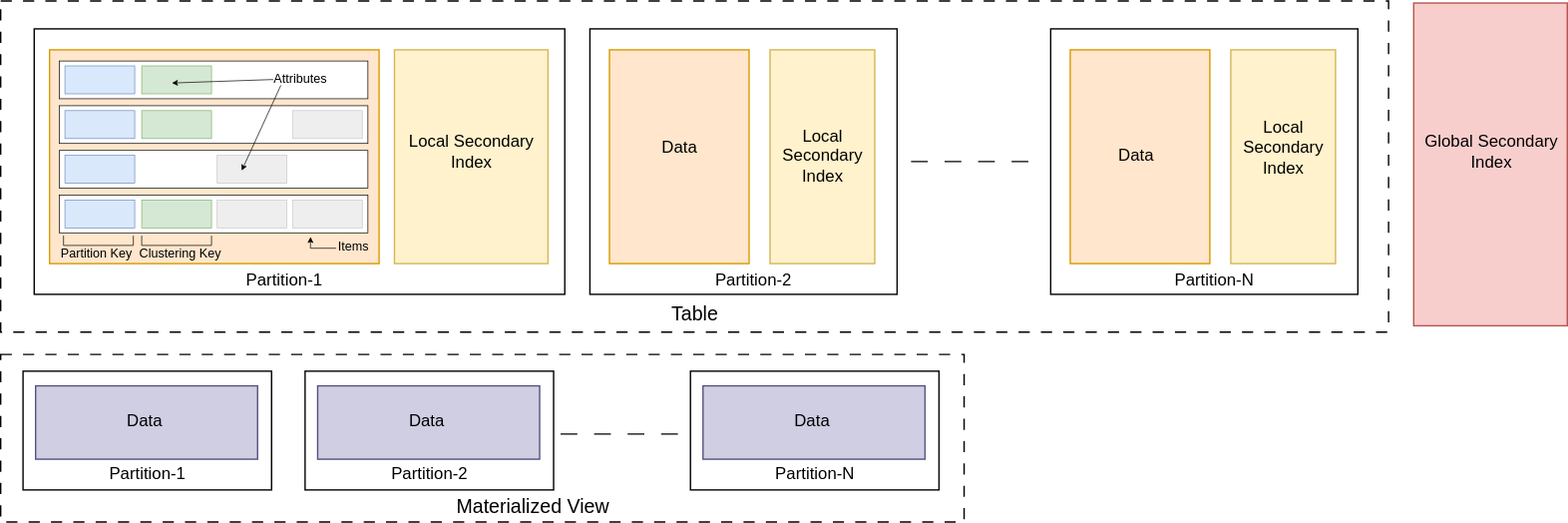
Before: assets/posts/telemetry/partition-view.svg, a diagram exported from draw.io (addu390/addu390.github.io). Source tidied: cells renumbered, new cells last; positions are measured from the earlier drawing's top-left corner, leaving out a move shared by most shapes. The source it was exported from:
```xml
<mxGraphModel>
  <root>
    <mxCell id="0" />
    <mxCell id="1" parent="0" />
    <mxCell id="2" style="rounded=0;whiteSpace=wrap;html=1;fillColor=none;dashed=1;dashPattern=8 8;" parent="1" vertex="1">
      <mxGeometry width="994" height="237" as="geometry" />
    </mxCell>
    <mxCell id="3" style="rounded=0;whiteSpace=wrap;html=1;fillColor=none;" parent="1" vertex="1">
      <mxGeometry x="24" y="20" width="380" height="190" as="geometry" />
    </mxCell>
    <mxCell id="4" style="rounded=0;whiteSpace=wrap;html=1;fillColor=#ffe6cc;strokeColor=#d79b00;" parent="1" vertex="1">
      <mxGeometry x="35" y="35" width="236" height="153" as="geometry" />
    </mxCell>
    <mxCell id="5" style="rounded=0;whiteSpace=wrap;html=1;strokeWidth=0.5;" parent="1" vertex="1">
      <mxGeometry x="42" y="43" width="221" height="27" as="geometry" />
    </mxCell>
    <mxCell id="6" style="rounded=0;whiteSpace=wrap;html=1;fillColor=#dae8fc;strokeColor=#6c8ebf;strokeWidth=0.5;" parent="1" vertex="1">
      <mxGeometry x="46" y="46.5" width="50" height="20" as="geometry" />
    </mxCell>
    <mxCell id="7" style="rounded=0;whiteSpace=wrap;html=1;fillColor=#d5e8d4;strokeColor=#82b366;strokeWidth=0.5;" parent="1" vertex="1">
      <mxGeometry x="101" y="46.5" width="50" height="20" as="geometry" />
    </mxCell>
    <mxCell id="8" style="rounded=0;whiteSpace=wrap;html=1;strokeWidth=0.5;" parent="1" vertex="1">
      <mxGeometry x="42" y="75" width="221" height="27" as="geometry" />
    </mxCell>
    <mxCell id="9" style="rounded=0;whiteSpace=wrap;html=1;fillColor=#dae8fc;strokeColor=#6c8ebf;strokeWidth=0.5;" parent="1" vertex="1">
      <mxGeometry x="46" y="78.5" width="50" height="20" as="geometry" />
    </mxCell>
    <mxCell id="10" style="rounded=0;whiteSpace=wrap;html=1;fillColor=#d5e8d4;strokeColor=#82b366;strokeWidth=0.5;" parent="1" vertex="1">
      <mxGeometry x="101" y="78.5" width="50" height="20" as="geometry" />
    </mxCell>
    <mxCell id="11" style="rounded=0;whiteSpace=wrap;html=1;fillColor=#eeeeee;strokeColor=#c9c9c9;strokeWidth=0.5;" parent="1" vertex="1">
      <mxGeometry x="209" y="78.5" width="50" height="20" as="geometry" />
    </mxCell>
    <mxCell id="12" style="rounded=0;whiteSpace=wrap;html=1;strokeWidth=0.5;" parent="1" vertex="1">
      <mxGeometry x="42" y="107" width="221" height="27" as="geometry" />
    </mxCell>
    <mxCell id="13" style="rounded=0;whiteSpace=wrap;html=1;fillColor=#dae8fc;strokeColor=#6c8ebf;strokeWidth=0.5;" parent="1" vertex="1">
      <mxGeometry x="46" y="110.5" width="50" height="20" as="geometry" />
    </mxCell>
    <mxCell id="14" style="rounded=0;whiteSpace=wrap;html=1;fillColor=#eeeeee;strokeColor=#c9c9c9;strokeWidth=0.5;" parent="1" vertex="1">
      <mxGeometry x="155" y="110.5" width="50" height="20" as="geometry" />
    </mxCell>
    <mxCell id="15" style="rounded=0;whiteSpace=wrap;html=1;strokeWidth=0.5;" parent="1" vertex="1">
      <mxGeometry x="42" y="139" width="221" height="27" as="geometry" />
    </mxCell>
    <mxCell id="16" style="rounded=0;whiteSpace=wrap;html=1;fillColor=#dae8fc;strokeColor=#6c8ebf;strokeWidth=0.5;" parent="1" vertex="1">
      <mxGeometry x="46" y="142.5" width="50" height="20" as="geometry" />
    </mxCell>
    <mxCell id="17" style="rounded=0;whiteSpace=wrap;html=1;fillColor=#d5e8d4;strokeColor=#82b366;strokeWidth=0.5;" parent="1" vertex="1">
      <mxGeometry x="101" y="142.5" width="50" height="20" as="geometry" />
    </mxCell>
    <mxCell id="18" style="rounded=0;whiteSpace=wrap;html=1;fillColor=#eeeeee;strokeColor=#c9c9c9;strokeWidth=0.5;" parent="1" vertex="1">
      <mxGeometry x="155" y="142.5" width="50" height="20" as="geometry" />
    </mxCell>
    <mxCell id="19" style="rounded=0;whiteSpace=wrap;html=1;fillColor=#eeeeee;strokeColor=#c9c9c9;strokeWidth=0.5;" parent="1" vertex="1">
      <mxGeometry x="209" y="142.5" width="50" height="20" as="geometry" />
    </mxCell>
    <mxCell id="20" style="rounded=0;whiteSpace=wrap;html=1;fillColor=#fff2cc;strokeColor=#d6b656;" parent="1" vertex="1">
      <mxGeometry x="282" y="35" width="110" height="153" as="geometry" />
    </mxCell>
    <mxCell id="21" style="rounded=0;whiteSpace=wrap;html=1;fillColor=none;" parent="1" vertex="1">
      <mxGeometry x="422" y="20" width="220" height="190" as="geometry" />
    </mxCell>
    <mxCell id="22" style="rounded=0;whiteSpace=wrap;html=1;fillColor=#fff2cc;strokeColor=#d6b656;" parent="1" vertex="1">
      <mxGeometry x="551" y="35" width="75" height="153" as="geometry" />
    </mxCell>
    <mxCell id="23" style="rounded=0;whiteSpace=wrap;html=1;fillColor=#ffe6cc;strokeColor=#d79b00;" parent="1" vertex="1">
      <mxGeometry x="436" y="35" width="100" height="153" as="geometry" />
    </mxCell>
    <mxCell id="24" style="rounded=0;whiteSpace=wrap;html=1;fillColor=none;" parent="1" vertex="1">
      <mxGeometry x="752" y="20" width="220" height="190" as="geometry" />
    </mxCell>
    <mxCell id="25" style="rounded=0;whiteSpace=wrap;html=1;fillColor=#fff2cc;strokeColor=#d6b656;" parent="1" vertex="1">
      <mxGeometry x="881" y="35" width="75" height="153" as="geometry" />
    </mxCell>
    <mxCell id="26" style="rounded=0;whiteSpace=wrap;html=1;fillColor=#ffe6cc;strokeColor=#d79b00;" parent="1" vertex="1">
      <mxGeometry x="766" y="35" width="100" height="153" as="geometry" />
    </mxCell>
    <mxCell id="27" style="rounded=0;whiteSpace=wrap;html=1;fillColor=#f8cecc;strokeColor=#b85450;" parent="1" vertex="1">
      <mxGeometry x="1012" y="1.5" width="110" height="231" as="geometry" />
    </mxCell>
    <mxCell id="28" style="endArrow=none;html=1;rounded=0;edgeStyle=orthogonalEdgeStyle;strokeWidth=0.5;" parent="1" edge="1">
      <mxGeometry relative="1" as="geometry">
        <mxPoint x="45" y="168" as="sourcePoint" />
        <mxPoint x="95" y="168" as="targetPoint" />
        <Array as="points">
          <mxPoint x="45" y="175" />
          <mxPoint x="95" y="175" />
        </Array>
      </mxGeometry>
    </mxCell>
    <mxCell id="29" value="&lt;font style=&quot;font-size: 9px;&quot;&gt;Partition Key&lt;/font&gt;" style="text;html=1;align=center;verticalAlign=middle;whiteSpace=wrap;rounded=0;" parent="1" vertex="1">
      <mxGeometry x="39" y="173.5" width="60" height="12.5" as="geometry" />
    </mxCell>
    <mxCell id="30" style="endArrow=none;html=1;rounded=0;edgeStyle=orthogonalEdgeStyle;strokeWidth=0.5;" parent="1" edge="1">
      <mxGeometry relative="1" as="geometry">
        <mxPoint x="101" y="168" as="sourcePoint" />
        <mxPoint x="151" y="168" as="targetPoint" />
        <Array as="points">
          <mxPoint x="101" y="175" />
          <mxPoint x="151" y="175" />
        </Array>
      </mxGeometry>
    </mxCell>
    <mxCell id="31" value="&lt;font style=&quot;font-size: 9px;&quot;&gt;Clustering Key&lt;/font&gt;" style="text;html=1;align=center;verticalAlign=middle;whiteSpace=wrap;rounded=0;" parent="1" vertex="1">
      <mxGeometry x="96" y="173.5" width="66" height="13.5" as="geometry" />
    </mxCell>
    <mxCell id="32" value="&lt;font style=&quot;font-size: 9px;&quot;&gt;Attributes&lt;/font&gt;" style="text;html=1;align=center;verticalAlign=middle;whiteSpace=wrap;rounded=0;" parent="1" vertex="1">
      <mxGeometry x="185" y="51.2" width="60" height="6.5" as="geometry" />
    </mxCell>
    <mxCell id="33" style="endArrow=classic;html=1;rounded=0;strokeWidth=0.5;endSize=3;exitX=0.169;exitY=0.768;exitDx=0;exitDy=0;exitPerimeter=0;entryX=0.62;entryY=0.175;entryDx=0;entryDy=0;entryPerimeter=0;" parent="1" edge="1" source="32">
      <mxGeometry relative="1" as="geometry">
        <mxPoint x="122.6" y="58.8" as="targetPoint" />
      </mxGeometry>
    </mxCell>
    <mxCell id="34" style="endArrow=classic;html=1;rounded=0;strokeWidth=0.5;endSize=3;exitX=0.261;exitY=1.407;exitDx=0;exitDy=0;exitPerimeter=0;entryX=0.62;entryY=0.175;entryDx=0;entryDy=0;entryPerimeter=0;" parent="1" edge="1" source="32">
      <mxGeometry relative="1" as="geometry">
        <mxPoint x="172.6" y="121.4" as="targetPoint" />
      </mxGeometry>
    </mxCell>
    <mxCell id="35" value="&lt;font style=&quot;font-size: 12px;&quot;&gt;Local Secondary Index&lt;/font&gt;" style="text;html=1;align=center;verticalAlign=middle;whiteSpace=wrap;rounded=0;" parent="1" vertex="1">
      <mxGeometry x="289.5" y="101.2" width="95" height="13.5" as="geometry" />
    </mxCell>
    <mxCell id="36" value="&lt;font style=&quot;font-size: 12px;&quot;&gt;Partition-1&lt;/font&gt;" style="text;html=1;align=center;verticalAlign=middle;whiteSpace=wrap;rounded=0;" parent="1" vertex="1">
      <mxGeometry x="156" y="193" width="95" height="13.5" as="geometry" />
    </mxCell>
    <mxCell id="37" value="&lt;font style=&quot;font-size: 12px;&quot;&gt;Partition-2&lt;/font&gt;" style="text;html=1;align=center;verticalAlign=middle;whiteSpace=wrap;rounded=0;" parent="1" vertex="1">
      <mxGeometry x="492" y="193" width="95" height="13.5" as="geometry" />
    </mxCell>
    <mxCell id="38" value="&lt;font style=&quot;font-size: 12px;&quot;&gt;Data&lt;/font&gt;" style="text;html=1;align=center;verticalAlign=middle;whiteSpace=wrap;rounded=0;" parent="1" vertex="1">
      <mxGeometry x="438.5" y="98.5" width="95" height="13.5" as="geometry" />
    </mxCell>
    <mxCell id="39" value="&lt;font style=&quot;font-size: 12px;&quot;&gt;Local Secondary Index&lt;/font&gt;" style="text;html=1;align=center;verticalAlign=middle;whiteSpace=wrap;rounded=0;" parent="1" vertex="1">
      <mxGeometry x="558.5" y="83.5" width="60" height="55.5" as="geometry" />
    </mxCell>
    <mxCell id="40" style="endArrow=none;html=1;rounded=0;dashed=1;dashPattern=12 12;" parent="1" edge="1">
      <mxGeometry relative="1" as="geometry">
        <mxPoint x="652" y="115" as="sourcePoint" />
        <mxPoint x="742" y="115" as="targetPoint" />
      </mxGeometry>
    </mxCell>
    <mxCell id="41" value="&lt;font style=&quot;font-size: 12px;&quot;&gt;Data&lt;/font&gt;" style="text;html=1;align=center;verticalAlign=middle;whiteSpace=wrap;rounded=0;" parent="1" vertex="1">
      <mxGeometry x="766" y="104.5" width="95" height="13.5" as="geometry" />
    </mxCell>
    <mxCell id="42" value="&lt;font style=&quot;font-size: 12px;&quot;&gt;Local Secondary Index&lt;/font&gt;" style="text;html=1;align=center;verticalAlign=middle;whiteSpace=wrap;rounded=0;" parent="1" vertex="1">
      <mxGeometry x="888.5" y="77.5" width="60" height="55.5" as="geometry" />
    </mxCell>
    <mxCell id="43" value="&lt;font style=&quot;font-size: 12px;&quot;&gt;Partition-N&lt;/font&gt;" style="text;html=1;align=center;verticalAlign=middle;whiteSpace=wrap;rounded=0;" parent="1" vertex="1">
      <mxGeometry x="822" y="193" width="95" height="13.5" as="geometry" />
    </mxCell>
    <mxCell id="44" value="&lt;font style=&quot;font-size: 12px;&quot;&gt;Global Secondary Index&lt;/font&gt;" style="text;html=1;align=center;verticalAlign=middle;whiteSpace=wrap;rounded=0;" parent="1" vertex="1">
      <mxGeometry x="1018" y="80.2" width="100" height="55.5" as="geometry" />
    </mxCell>
    <mxCell id="45" value="&lt;font style=&quot;font-size: 14px;&quot;&gt;Table&lt;/font&gt;" style="text;html=1;align=center;verticalAlign=middle;whiteSpace=wrap;rounded=0;" parent="1" vertex="1">
      <mxGeometry x="449.5" y="217" width="95" height="13.5" as="geometry" />
    </mxCell>
    <mxCell id="46" style="rounded=0;whiteSpace=wrap;html=1;fillColor=none;dashed=1;dashPattern=8 8;" parent="1" vertex="1">
      <mxGeometry y="253" width="690" height="120" as="geometry" />
    </mxCell>
    <mxCell id="47" style="rounded=0;whiteSpace=wrap;html=1;fillColor=none;" parent="1" vertex="1">
      <mxGeometry x="16" y="265" width="178" height="85" as="geometry" />
    </mxCell>
    <mxCell id="48" style="rounded=0;whiteSpace=wrap;html=1;fillColor=#d0cee2;strokeColor=#56517e;" parent="1" vertex="1">
      <mxGeometry x="25" y="275.5" width="159" height="52.5" as="geometry" />
    </mxCell>
    <mxCell id="49" value="&lt;font style=&quot;font-size: 12px;&quot;&gt;Partition-1&lt;/font&gt;" style="text;html=1;align=center;verticalAlign=middle;whiteSpace=wrap;rounded=0;" parent="1" vertex="1">
      <mxGeometry x="57.5" y="332.5" width="95" height="13.5" as="geometry" />
    </mxCell>
    <mxCell id="50" value="&lt;font style=&quot;font-size: 12px;&quot;&gt;Data&lt;/font&gt;" style="text;html=1;align=center;verticalAlign=middle;whiteSpace=wrap;rounded=0;" parent="1" vertex="1">
      <mxGeometry x="56" y="294" width="95" height="13.5" as="geometry" />
    </mxCell>
    <mxCell id="51" style="rounded=0;whiteSpace=wrap;html=1;fillColor=none;" parent="1" vertex="1">
      <mxGeometry x="218" y="265" width="178" height="85" as="geometry" />
    </mxCell>
    <mxCell id="52" style="rounded=0;whiteSpace=wrap;html=1;fillColor=#d0cee2;strokeColor=#56517e;" parent="1" vertex="1">
      <mxGeometry x="227" y="275.5" width="159" height="52.5" as="geometry" />
    </mxCell>
    <mxCell id="53" value="&lt;font style=&quot;font-size: 12px;&quot;&gt;Partition-2&lt;/font&gt;" style="text;html=1;align=center;verticalAlign=middle;whiteSpace=wrap;rounded=0;" parent="1" vertex="1">
      <mxGeometry x="259.5" y="332.5" width="95" height="13.5" as="geometry" />
    </mxCell>
    <mxCell id="54" value="&lt;font style=&quot;font-size: 12px;&quot;&gt;Data&lt;/font&gt;" style="text;html=1;align=center;verticalAlign=middle;whiteSpace=wrap;rounded=0;" parent="1" vertex="1">
      <mxGeometry x="258" y="294" width="95" height="13.5" as="geometry" />
    </mxCell>
    <mxCell id="55" style="rounded=0;whiteSpace=wrap;html=1;fillColor=none;" parent="1" vertex="1">
      <mxGeometry x="494" y="265" width="178" height="85" as="geometry" />
    </mxCell>
    <mxCell id="56" style="rounded=0;whiteSpace=wrap;html=1;fillColor=#d0cee2;strokeColor=#56517e;" parent="1" vertex="1">
      <mxGeometry x="503" y="275.5" width="159" height="52.5" as="geometry" />
    </mxCell>
    <mxCell id="57" value="&lt;font style=&quot;font-size: 12px;&quot;&gt;Partition-N&lt;/font&gt;" style="text;html=1;align=center;verticalAlign=middle;whiteSpace=wrap;rounded=0;" parent="1" vertex="1">
      <mxGeometry x="535.5" y="332.5" width="95" height="13.5" as="geometry" />
    </mxCell>
    <mxCell id="58" value="&lt;font style=&quot;font-size: 12px;&quot;&gt;Data&lt;/font&gt;" style="text;html=1;align=center;verticalAlign=middle;whiteSpace=wrap;rounded=0;" parent="1" vertex="1">
      <mxGeometry x="534" y="294" width="95" height="13.5" as="geometry" />
    </mxCell>
    <mxCell id="59" style="endArrow=none;html=1;rounded=0;entryX=0.713;entryY=0.475;entryDx=0;entryDy=0;entryPerimeter=0;dashed=1;dashPattern=12 12;" parent="1" edge="1">
      <mxGeometry relative="1" as="geometry">
        <mxPoint x="401" y="310" as="sourcePoint" />
        <mxPoint x="491" y="310" as="targetPoint" />
      </mxGeometry>
    </mxCell>
    <mxCell id="60" value="&lt;font style=&quot;font-size: 14px;&quot;&gt;Materialized View&lt;/font&gt;" style="text;html=1;align=center;verticalAlign=middle;whiteSpace=wrap;rounded=0;" parent="1" vertex="1">
      <mxGeometry x="319" y="355.5" width="125" height="13.5" as="geometry" />
    </mxCell>
    <mxCell id="61" value="&lt;font style=&quot;font-size: 9px;&quot;&gt;Items&lt;/font&gt;" style="text;html=1;align=center;verticalAlign=middle;whiteSpace=wrap;rounded=0;" parent="1" vertex="1">
      <mxGeometry x="223" y="168" width="60" height="13.5" as="geometry" />
    </mxCell>
    <mxCell id="62" style="endArrow=classic;html=1;rounded=0;strokeWidth=0.5;endSize=3;entryX=0.792;entryY=0.882;entryDx=0;entryDy=0;entryPerimeter=0;edgeStyle=orthogonalEdgeStyle;" parent="1" edge="1">
      <mxGeometry relative="1" as="geometry">
        <mxPoint x="240.3" y="177" as="sourcePoint" />
        <mxPoint x="221.9" y="168.9" as="targetPoint" />
        <Array as="points">
          <mxPoint x="222" y="177" />
        </Array>
      </mxGeometry>
    </mxCell>
  </root>
</mxGraphModel>
```
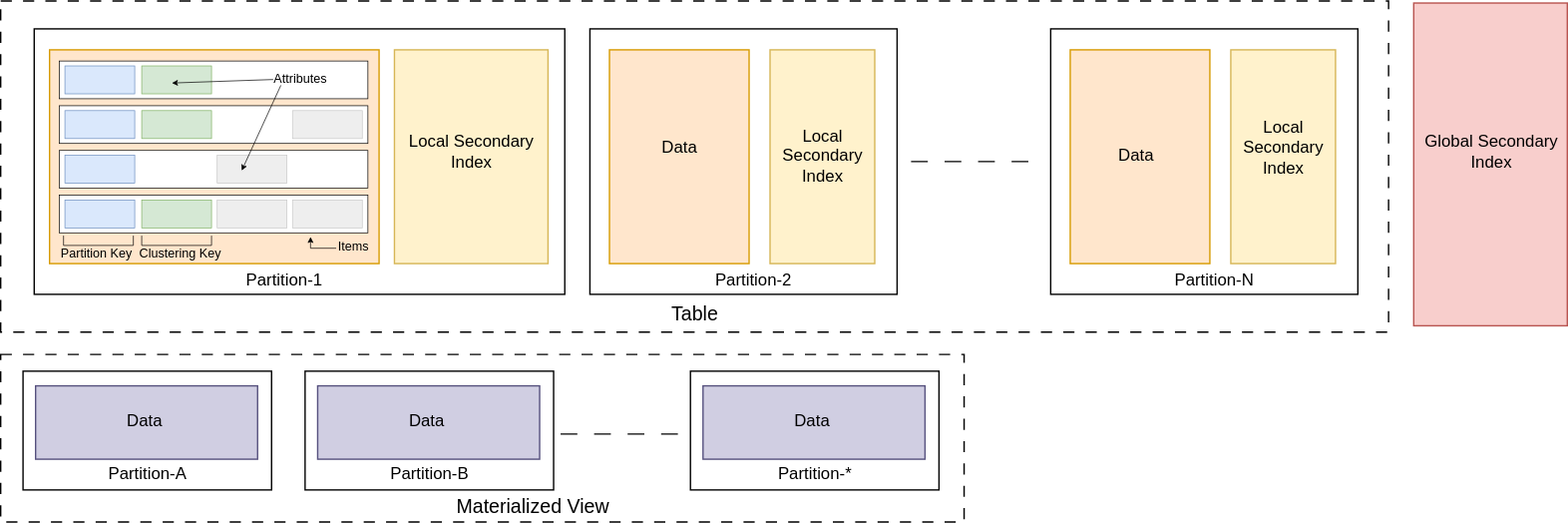
The same file after the commit.

Commit message:
Update HTAP diagram

What changed in the source:
```diff
@@ -164,7 +164,7 @@
     <mxCell id="48" style="rounded=0;whiteSpace=wrap;html=1;fillColor=#d0cee2;strokeColor=#56517e;" parent="1" vertex="1">
       <mxGeometry x="25" y="275.5" width="159" height="52.5" as="geometry" />
     </mxCell>
-    <mxCell id="49" value="&lt;font style=&quot;font-size: 12px;&quot;&gt;Partition-1&lt;/font&gt;" style="text;html=1;align=center;verticalAlign=middle;whiteSpace=wrap;rounded=0;" parent="1" vertex="1">
+    <mxCell id="49" value="&lt;font style=&quot;font-size: 12px;&quot;&gt;Partition-A&lt;/font&gt;" style="text;html=1;align=center;verticalAlign=middle;whiteSpace=wrap;rounded=0;" parent="1" vertex="1">
       <mxGeometry x="57.5" y="332.5" width="95" height="13.5" as="geometry" />
     </mxCell>
     <mxCell id="50" value="&lt;font style=&quot;font-size: 12px;&quot;&gt;Data&lt;/font&gt;" style="text;html=1;align=center;verticalAlign=middle;whiteSpace=wrap;rounded=0;" parent="1" vertex="1">
@@ -176,7 +176,7 @@
     <mxCell id="52" style="rounded=0;whiteSpace=wrap;html=1;fillColor=#d0cee2;strokeColor=#56517e;" parent="1" vertex="1">
       <mxGeometry x="227" y="275.5" width="159" height="52.5" as="geometry" />
     </mxCell>
-    <mxCell id="53" value="&lt;font style=&quot;font-size: 12px;&quot;&gt;Partition-2&lt;/font&gt;" style="text;html=1;align=center;verticalAlign=middle;whiteSpace=wrap;rounded=0;" parent="1" vertex="1">
+    <mxCell id="53" value="&lt;font style=&quot;font-size: 12px;&quot;&gt;Partition-B&lt;/font&gt;" style="text;html=1;align=center;verticalAlign=middle;whiteSpace=wrap;rounded=0;" parent="1" vertex="1">
       <mxGeometry x="259.5" y="332.5" width="95" height="13.5" as="geometry" />
     </mxCell>
     <mxCell id="54" value="&lt;font style=&quot;font-size: 12px;&quot;&gt;Data&lt;/font&gt;" style="text;html=1;align=center;verticalAlign=middle;whiteSpace=wrap;rounded=0;" parent="1" vertex="1">
@@ -188,7 +188,7 @@
     <mxCell id="56" style="rounded=0;whiteSpace=wrap;html=1;fillColor=#d0cee2;strokeColor=#56517e;" parent="1" vertex="1">
       <mxGeometry x="503" y="275.5" width="159" height="52.5" as="geometry" />
     </mxCell>
-    <mxCell id="57" value="&lt;font style=&quot;font-size: 12px;&quot;&gt;Partition-N&lt;/font&gt;" style="text;html=1;align=center;verticalAlign=middle;whiteSpace=wrap;rounded=0;" parent="1" vertex="1">
+    <mxCell id="57" value="&lt;font style=&quot;font-size: 12px;&quot;&gt;Partition-*&lt;/font&gt;" style="text;html=1;align=center;verticalAlign=middle;whiteSpace=wrap;rounded=0;" parent="1" vertex="1">
       <mxGeometry x="535.5" y="332.5" width="95" height="13.5" as="geometry" />
     </mxCell>
     <mxCell id="58" value="&lt;font style=&quot;font-size: 12px;&quot;&gt;Data&lt;/font&gt;" style="text;html=1;align=center;verticalAlign=middle;whiteSpace=wrap;rounded=0;" parent="1" vertex="1">
```
